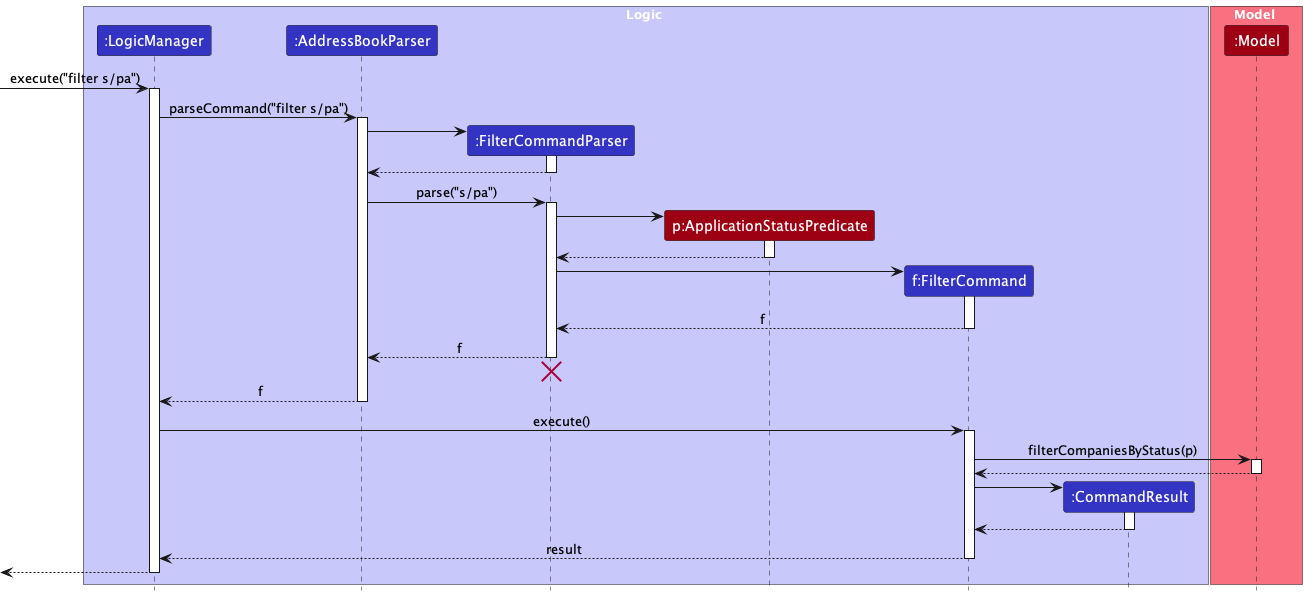
The PlantUML diagram docs/images/FilterSequenceDiagram.png in tayruxin/tp, before a commit.
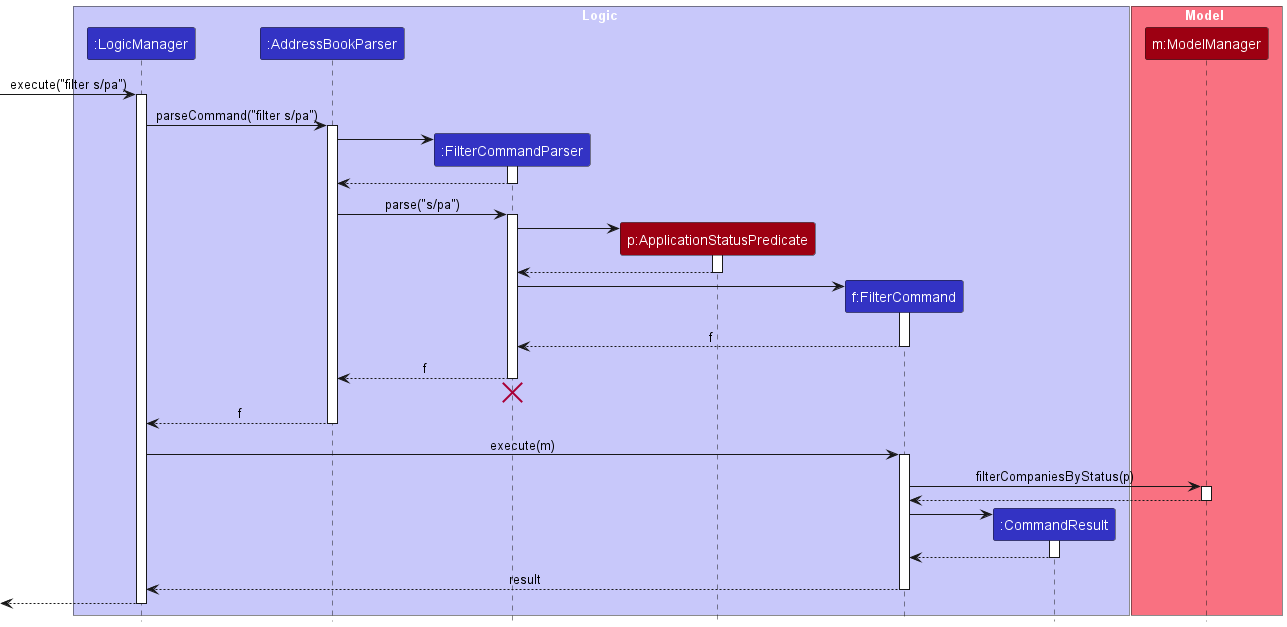
Above is the later version.

Commit message:
Fix dg diagram bugs

What changed in the source:
```diff
@@ -14,7 +14,7 @@
 end box
 
 box Model MODEL_COLOR_T1
-participant ":Model" as Model MODEL_COLOR
+participant "m:ModelManager" as Model MODEL_COLOR
 end box
 
 [-> LogicManager : execute("filter s/pa")
@@ -55,7 +55,7 @@
 AddressBookParser --> LogicManager : f
 deactivate AddressBookParser
 
-LogicManager -> FilterCommand : execute()
+LogicManager -> FilterCommand : execute(m)
 activate FilterCommand
 
 FilterCommand -> Model : filterCompaniesByStatus(p)
```
